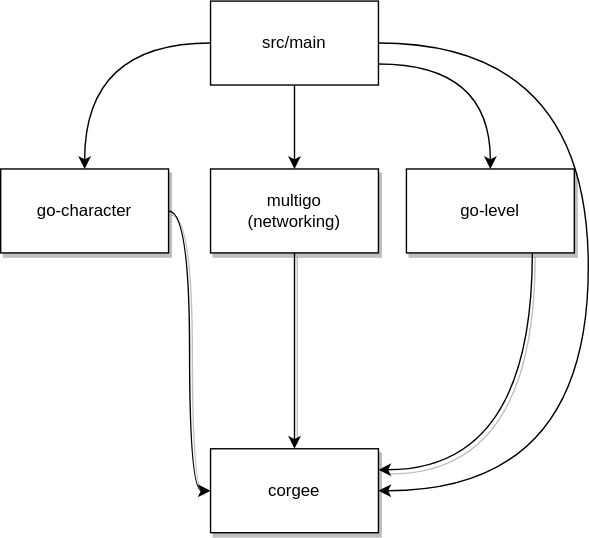
Sigzaa/Griffsort-Bevy keeps this draw.io diagram as docs/crates_hierarchie.drawio.svg. Above is the earlier version. Source tidied: cells renumbered, new cells last; positions are measured from the earlier drawing's top-left corner, leaving out a move shared by most shapes.
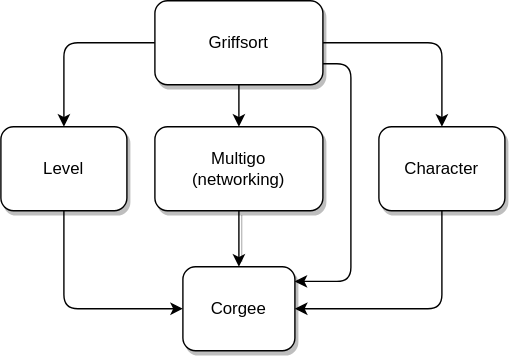
Above is the later version.

What changed in the source:
```diff
@@ -2,46 +2,46 @@
   <root>
     <mxCell id="0" />
     <mxCell id="1" parent="0" />
-    <mxCell id="2" style="edgeStyle=orthogonalEdgeStyle;html=1;entryX=0.5;entryY=0;entryDx=0;entryDy=0;strokeColor=default;rounded=0;curved=1;exitX=0;exitY=0.5;exitDx=0;exitDy=0;" parent="1" edge="1" source="6" target="8">
+    <mxCell id="2" style="edgeStyle=orthogonalEdgeStyle;html=1;entryX=0.5;entryY=0;entryDx=0;entryDy=0;strokeColor=default;rounded=1;exitX=0;exitY=0.5;exitDx=0;exitDy=0;" parent="1" edge="1" source="6" target="8">
       <mxGeometry relative="1" as="geometry" />
     </mxCell>
     <mxCell id="3" style="edgeStyle=orthogonalEdgeStyle;curved=1;rounded=0;html=1;strokeColor=default;" parent="1" edge="1" source="6" target="10">
       <mxGeometry relative="1" as="geometry" />
     </mxCell>
+    <mxCell id="5" style="edgeStyle=orthogonalEdgeStyle;html=1;entryX=0.5;entryY=0;entryDx=0;entryDy=0;strokeColor=default;exitX=1;exitY=0.5;exitDx=0;exitDy=0;rounded=1;" parent="1" edge="1" source="6" target="13">
+      <mxGeometry relative="1" as="geometry" />
+    </mxCell>
-    <mxCell id="4" style="edgeStyle=orthogonalEdgeStyle;curved=1;rounded=0;html=1;entryX=1;entryY=0.5;entryDx=0;entryDy=0;strokeColor=default;exitX=1;exitY=0.5;exitDx=0;exitDy=0;" parent="1" edge="1" source="6" target="11">
+    <mxCell id="4" style="edgeStyle=orthogonalEdgeStyle;rounded=1;html=1;exitX=1;exitY=0.75;exitDx=0;exitDy=0;entryX=0.997;entryY=0.175;entryDx=0;entryDy=0;entryPerimeter=0;" parent="1" edge="1" source="6" target="11">
       <mxGeometry relative="1" as="geometry">
         <Array as="points">
-          <mxPoint x="420" y="30" />
-          <mxPoint x="420" y="350" />
+          <mxPoint x="200" y="60" />
+          <mxPoint x="200" y="215" />
         </Array>
       </mxGeometry>
     </mxCell>
-    <mxCell id="5" style="edgeStyle=orthogonalEdgeStyle;curved=1;rounded=0;html=1;entryX=0.5;entryY=0;entryDx=0;entryDy=0;strokeColor=default;exitX=1;exitY=0.75;exitDx=0;exitDy=0;" parent="1" edge="1" source="6" target="13">
-      <mxGeometry relative="1" as="geometry" />
-    </mxCell>
-    <mxCell id="6" value="src/main" style="whiteSpace=wrap;html=1;" parent="1" vertex="1">
-      <mxGeometry x="150" width="120" height="60" as="geometry" />
+    <mxCell id="6" value="Griffsort" style="whiteSpace=wrap;html=1;rounded=1;glass=0;shadow=1;" parent="1" vertex="1">
+      <mxGeometry x="60" y="15" width="120" height="60" as="geometry" />
     </mxCell>
-    <mxCell id="7" style="edgeStyle=orthogonalEdgeStyle;curved=1;rounded=0;html=1;entryX=0;entryY=0.5;entryDx=0;entryDy=0;strokeColor=default;shadow=1;" parent="1" edge="1" source="8" target="11">
+    <mxCell id="7" style="edgeStyle=orthogonalEdgeStyle;html=1;entryX=0;entryY=0.5;entryDx=0;entryDy=0;exitX=0.5;exitY=1;exitDx=0;exitDy=0;" parent="1" edge="1" source="8" target="11">
       <mxGeometry relative="1" as="geometry" />
     </mxCell>
-    <mxCell id="8" value="go-character" style="whiteSpace=wrap;html=1;shadow=1;" parent="1" vertex="1">
-      <mxGeometry y="120" width="120" height="60" as="geometry" />
+    <mxCell id="8" value="Level" style="whiteSpace=wrap;html=1;shadow=1;rounded=1;glass=0;" parent="1" vertex="1">
+      <mxGeometry x="-50" y="105" width="90" height="60" as="geometry" />
     </mxCell>
     <mxCell id="9" style="edgeStyle=orthogonalEdgeStyle;curved=1;rounded=0;html=1;entryX=0.5;entryY=0;entryDx=0;entryDy=0;strokeColor=default;shadow=1;" parent="1" edge="1" source="10" target="11">
       <mxGeometry relative="1" as="geometry" />
     </mxCell>
-    <mxCell id="10" value="multigo &lt;br&gt;(networking)" style="whiteSpace=wrap;html=1;shadow=1;" parent="1" vertex="1">
-      <mxGeometry x="150" y="120" width="120" height="60" as="geometry" />
+    <mxCell id="10" value="Multigo &lt;br&gt;(networking)" style="whiteSpace=wrap;html=1;shadow=1;rounded=1;glass=0;" parent="1" vertex="1">
+      <mxGeometry x="60" y="105" width="120" height="60" as="geometry" />
     </mxCell>
-    <mxCell id="11" value="corgee" style="whiteSpace=wrap;html=1;shadow=1;" parent="1" vertex="1">
-      <mxGeometry x="150" y="320" width="120" height="60" as="geometry" />
+    <mxCell id="11" value="Corgee" style="whiteSpace=wrap;html=1;shadow=1;rounded=1;glass=0;" parent="1" vertex="1">
+      <mxGeometry x="80" y="205" width="80" height="60" as="geometry" />
     </mxCell>
-    <mxCell id="12" style="edgeStyle=orthogonalEdgeStyle;curved=1;rounded=0;html=1;exitX=0.75;exitY=1;exitDx=0;exitDy=0;entryX=1;entryY=0.25;entryDx=0;entryDy=0;strokeColor=default;shadow=1;" parent="1" edge="1" source="13" target="11">
+    <mxCell id="12" style="edgeStyle=orthogonalEdgeStyle;html=1;entryX=1;entryY=0.5;entryDx=0;entryDy=0;exitX=0.5;exitY=1;exitDx=0;exitDy=0;" parent="1" edge="1" source="13" target="11">
       <mxGeometry relative="1" as="geometry" />
     </mxCell>
-    <mxCell id="13" value="go-level" style="whiteSpace=wrap;html=1;shadow=1;" parent="1" vertex="1">
-      <mxGeometry x="290" y="120" width="120" height="60" as="geometry" />
+    <mxCell id="13" value="Character" style="whiteSpace=wrap;html=1;shadow=1;rounded=1;glass=0;" parent="1" vertex="1">
+      <mxGeometry x="220" y="105" width="90" height="60" as="geometry" />
     </mxCell>
   </root>
 </mxGraphModel>
```
